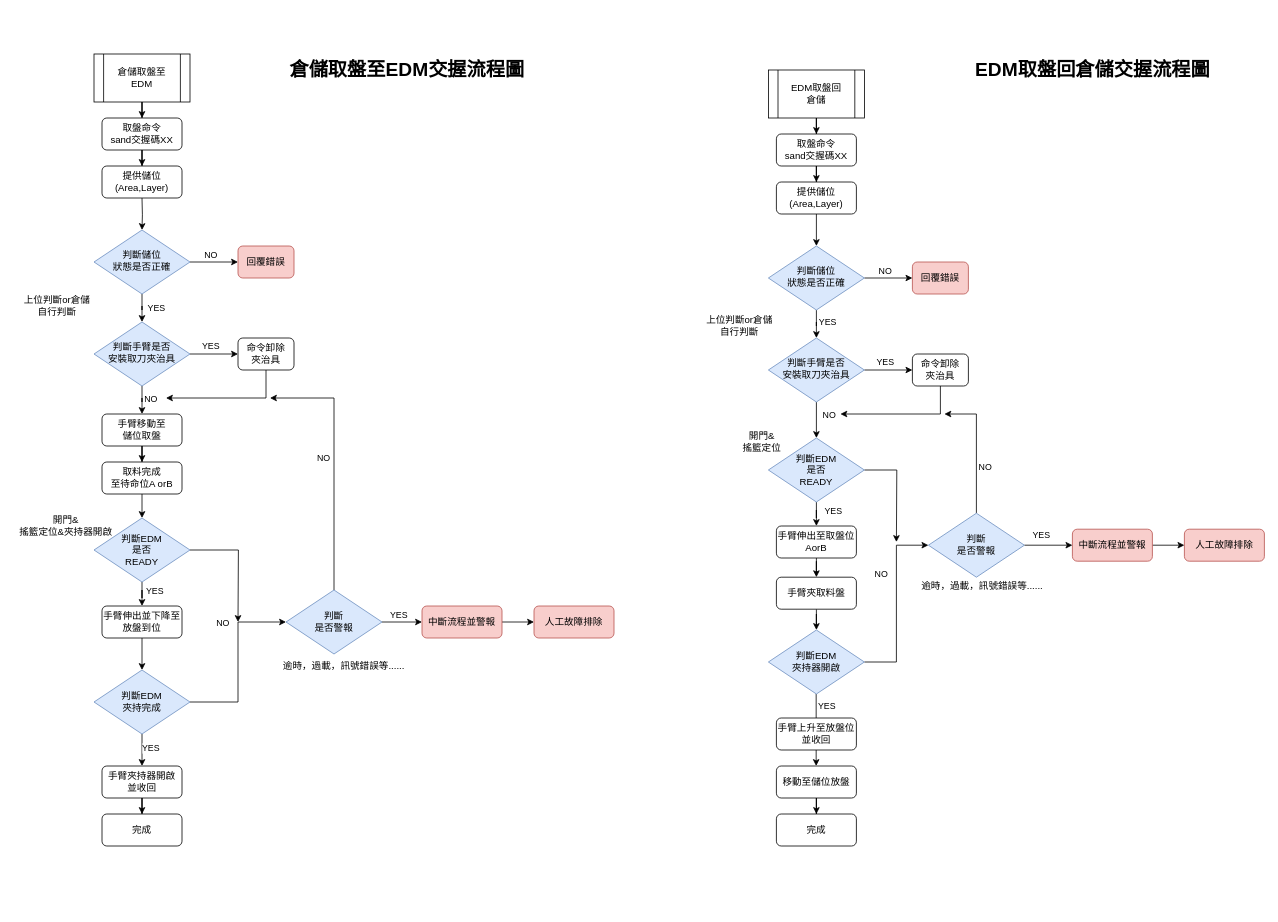
ChiangRyan/process-diagram keeps this draw.io diagram as page "自動取放盤" (3 of 6) of 上位系統交握流程.drawio. Above is the earlier version. Source tidied: cells renumbered, new cells numbered last; positions are measured from the earlier drawing's top-left corner, leaving out a move shared by most shapes. Both pictures are drawn from the tidied source at 80%, with x=0, y=0 at pixel (14, 54).
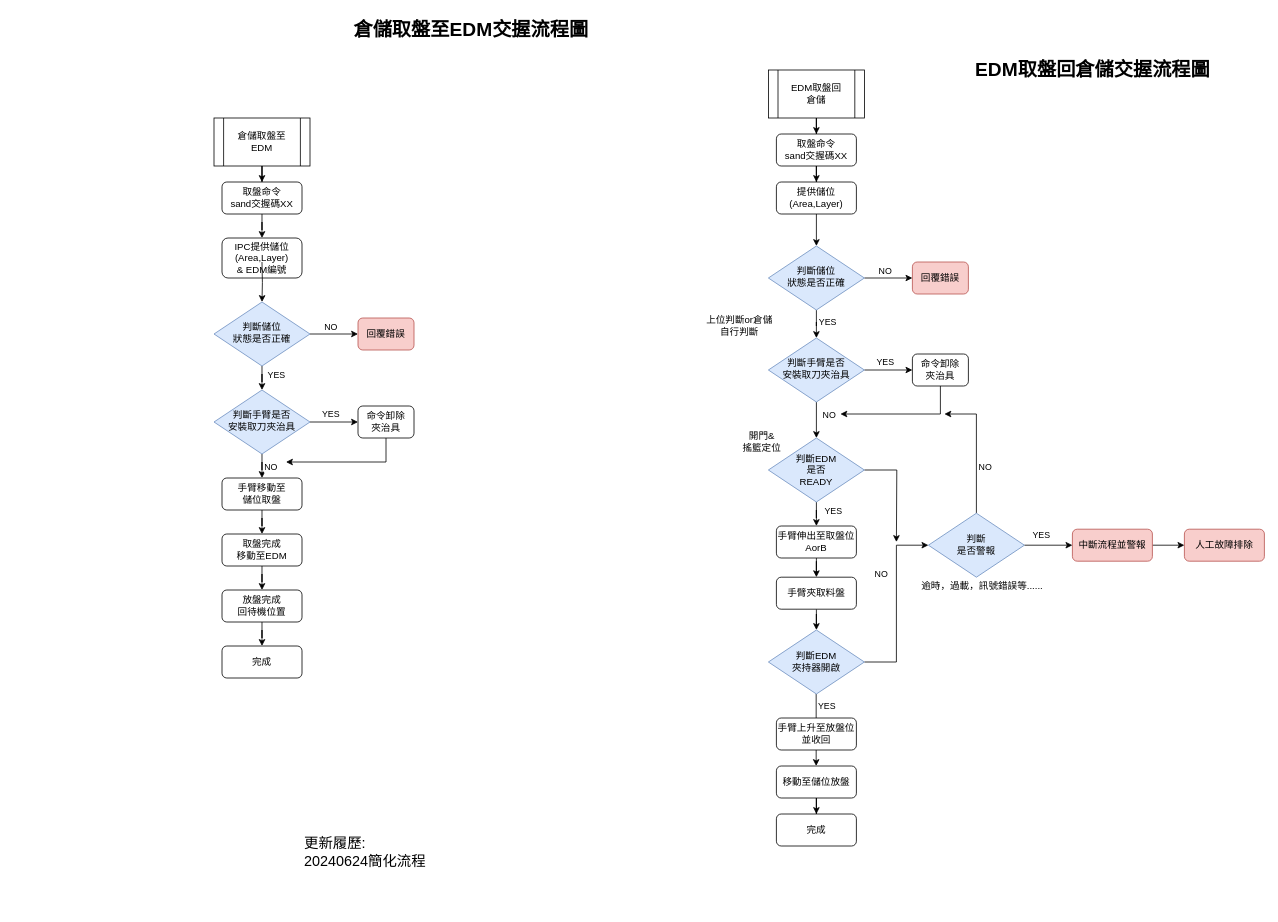
Above is the later version.

Commit message (it also covers changes not shown here):
更新上位系統交握流程.drawio

The edit, as a diff of the source:
```diff
@@
-    <mxCell id="2" value="提供儲位(Area,Layer)" style="rounded=1;whiteSpace=wrap;html=1;fontSize=12;glass=0;strokeWidth=1;shadow=0;" parent="1" vertex="1">
-      <mxGeometry x="110" y="140" width="100" height="40" as="geometry" />
+    <mxCell id="2" value="IPC提供儲位(Area,Layer)&lt;div&gt;&amp;amp; EDM編號&lt;br&gt;&lt;/div&gt;" style="rounded=1;whiteSpace=wrap;html=1;fontSize=12;glass=0;strokeWidth=1;shadow=0;" parent="1" vertex="1">
+      <mxGeometry x="260" y="230" width="100" height="50" as="geometry" />
     </mxCell>
-    <mxCell id="3" style="edgeStyle=orthogonalEdgeStyle;rounded=0;jettySize=auto;html=1;entryX=0.5;entryY=0;entryDx=0;entryDy=0;" parent="1" edge="1" source="6" target="23">
-      <mxGeometry relative="1" as="geometry" />
-    </mxCell>
-    <mxCell id="4" value="YES" style="edgeLabel;html=1;align=center;verticalAlign=middle;" parent="3" vertex="1">
-      <mxGeometry x="-0.79" y="-1" relative="1" as="geometry">
-        <mxPoint x="16" y="5" as="offset" />
-      </mxGeometry>
-    </mxCell>
-    <mxCell id="5" style="edgeStyle=orthogonalEdgeStyle;rounded=0;jettySize=auto;html=1;" parent="1" edge="1" source="6">
-      <mxGeometry relative="1" as="geometry">
-        <mxPoint x="280" y="710" as="targetPoint" />
-      </mxGeometry>
-    </mxCell>
-    <mxCell id="6" value="判斷EDM&lt;div&gt;是否&lt;div&gt;READY&lt;/div&gt;&lt;/div&gt;" style="rhombus;whiteSpace=wrap;html=1;fillColor=#dae8fc;strokeColor=#6c8ebf;" parent="1" vertex="1">
-      <mxGeometry x="100" y="580" width="120" height="80" as="geometry" />
-    </mxCell>
@@
     <mxCell id="8" value="倉儲取盤&lt;span style=&quot;background-color: initial;&quot;&gt;至&lt;/span&gt;&lt;div&gt;&lt;div&gt;EDM&lt;/div&gt;&lt;/div&gt;" style="shape=process;whiteSpace=wrap;html=1;backgroundOutline=1;" parent="1" vertex="1">
-      <mxGeometry x="100" width="120" height="60" as="geometry" />
+      <mxGeometry x="250" y="80" width="120" height="60" as="geometry" />
     </mxCell>
@@
     <mxCell id="10" value="取盤命令&lt;div&gt;sand交握碼XX&lt;/div&gt;" style="rounded=1;whiteSpace=wrap;html=1;fontSize=12;glass=0;strokeWidth=1;shadow=0;" parent="1" vertex="1">
-      <mxGeometry x="110" y="80" width="100" height="40" as="geometry" />
+      <mxGeometry x="260" y="160" width="100" height="40" as="geometry" />
     </mxCell>
-    <mxCell id="11" style="edgeStyle=orthogonalEdgeStyle;rounded=0;jettySize=auto;html=1;entryX=0.5;entryY=0;entryDx=0;entryDy=0;" parent="1" edge="1" source="12" target="21">
-      <mxGeometry relative="1" as="geometry" />
-    </mxCell>
+    <mxCell id="97" style="edgeStyle=orthogonalEdgeStyle;rounded=0;jettySize=auto;html=1;entryX=0.5;entryY=0;entryDx=0;entryDy=0;" parent="1" edge="1" source="12" target="100">
+      <mxGeometry relative="1" as="geometry" />
+    </mxCell>
     <mxCell id="12" value="手臂移動至&lt;div&gt;儲位取盤&lt;/div&gt;" style="rounded=1;whiteSpace=wrap;html=1;fontSize=12;glass=0;strokeWidth=1;shadow=0;" parent="1" vertex="1">
-      <mxGeometry x="110" y="450" width="100" height="40" as="geometry" />
+      <mxGeometry x="260" y="530" width="100" height="40" as="geometry" />
     </mxCell>
@@
     <mxCell id="16" value="判斷手臂是否&lt;div&gt;安裝取刀夾治具&lt;/div&gt;" style="rhombus;whiteSpace=wrap;html=1;shadow=0;fontFamily=Helvetica;fontSize=12;align=center;strokeWidth=1;spacing=6;spacingTop=-4;fillColor=#dae8fc;strokeColor=#6c8ebf;" parent="1" vertex="1">
-      <mxGeometry x="100" y="335" width="120" height="80" as="geometry" />
+      <mxGeometry x="250" y="420" width="120" height="80" as="geometry" />
     </mxCell>
     <mxCell id="17" style="edgeStyle=orthogonalEdgeStyle;rounded=0;jettySize=auto;html=1;exitX=0.5;exitY=1;exitDx=0;exitDy=0;" parent="1" edge="1" source="18">
       <mxGeometry relative="1" as="geometry">
-        <mxPoint x="190" y="430" as="targetPoint" />
+        <mxPoint x="340" y="510" as="targetPoint" />
         <Array as="points">
-          <mxPoint x="315" y="430" />
+          <mxPoint x="465" y="510" />
         </Array>
       </mxGeometry>
     </mxCell>
     <mxCell id="18" value="命令卸除&lt;div&gt;夾治具&lt;/div&gt;" style="rounded=1;whiteSpace=wrap;html=1;fontSize=12;glass=0;strokeWidth=1;shadow=0;" parent="1" vertex="1">
-      <mxGeometry x="280" y="355" width="70" height="40" as="geometry" />
+      <mxGeometry x="430" y="440" width="70" height="40" as="geometry" />
     </mxCell>
-    <mxCell id="19" value="上位判斷or倉儲自行判斷" style="text;html=1;align=center;verticalAlign=middle;whiteSpace=wrap;rounded=0;" parent="1" vertex="1">
-      <mxGeometry x="8" y="300" width="92" height="30" as="geometry" />
-    </mxCell>
-    <mxCell id="20" style="edgeStyle=orthogonalEdgeStyle;rounded=0;jettySize=auto;html=1;" parent="1" edge="1" source="21">
-      <mxGeometry relative="1" as="geometry">
-        <mxPoint x="160" y="580" as="targetPoint" />
-      </mxGeometry>
-    </mxCell>
-    <mxCell id="21" value="取料完成&lt;div&gt;至待命位A orB&lt;/div&gt;" style="rounded=1;whiteSpace=wrap;html=1;fontSize=12;glass=0;strokeWidth=1;shadow=0;" parent="1" vertex="1">
-      <mxGeometry x="110" y="510" width="100" height="40" as="geometry" />
-    </mxCell>
-    <mxCell id="22" style="edgeStyle=orthogonalEdgeStyle;rounded=0;jettySize=auto;html=1;entryX=0.5;entryY=0;entryDx=0;entryDy=0;" parent="1" edge="1" source="23" target="33">
-      <mxGeometry relative="1" as="geometry" />
-    </mxCell>
-    <mxCell id="23" value="手臂伸出並下降至放盤到位" style="rounded=1;whiteSpace=wrap;html=1;fontSize=12;glass=0;strokeWidth=1;shadow=0;" parent="1" vertex="1">
-      <mxGeometry x="110" y="690" width="100" height="40" as="geometry" />
-    </mxCell>
@@
-    <mxCell id="25" value="手臂夾持器開啟&lt;div&gt;並收回&lt;/div&gt;" style="rounded=1;whiteSpace=wrap;html=1;fontSize=12;glass=0;strokeWidth=1;shadow=0;" parent="1" vertex="1">
-      <mxGeometry x="110" y="890" width="100" height="40" as="geometry" />
+    <mxCell id="25" value="放盤完成&lt;div&gt;回待機位置&lt;/div&gt;" style="rounded=1;whiteSpace=wrap;html=1;fontSize=12;glass=0;strokeWidth=1;shadow=0;" parent="1" vertex="1">
+      <mxGeometry x="260" y="670" width="100" height="40" as="geometry" />
     </mxCell>
-    <mxCell id="26" style="edgeStyle=orthogonalEdgeStyle;rounded=0;jettySize=auto;html=1;entryX=0;entryY=0.5;entryDx=0;entryDy=0;" parent="1" edge="1" source="27" target="40">
-      <mxGeometry relative="1" as="geometry" />
-    </mxCell>
-    <mxCell id="27" value="中斷流程並警報" style="rounded=1;whiteSpace=wrap;html=1;fontSize=12;glass=0;strokeWidth=1;shadow=0;fillColor=#f8cecc;strokeColor=#b85450;" parent="1" vertex="1">
-      <mxGeometry x="510" y="690" width="100" height="40" as="geometry" />
-    </mxCell>
-    <mxCell id="28" value="逾時，過載，訊號錯誤等......" style="text;html=1;align=center;verticalAlign=middle;whiteSpace=wrap;rounded=0;" parent="1" vertex="1">
-      <mxGeometry x="320" y="740" width="185" height="50" as="geometry" />
-    </mxCell>
-    <mxCell id="29" style="edgeStyle=orthogonalEdgeStyle;rounded=0;jettySize=auto;html=1;entryX=0;entryY=0.5;entryDx=0;entryDy=0;" parent="1" edge="1" source="33" target="38">
-      <mxGeometry relative="1" as="geometry" />
-    </mxCell>
-    <mxCell id="30" value="NO" style="edgeLabel;html=1;align=center;verticalAlign=middle;" parent="29" vertex="1">
-      <mxGeometry x="-0.16" y="2" relative="1" as="geometry">
-        <mxPoint x="-18" y="-67" as="offset" />
-      </mxGeometry>
-    </mxCell>
-    <mxCell id="31" style="edgeStyle=orthogonalEdgeStyle;rounded=0;jettySize=auto;html=1;entryX=0.5;entryY=0;entryDx=0;entryDy=0;" parent="1" edge="1" source="33" target="25">
-      <mxGeometry relative="1" as="geometry" />
-    </mxCell>
-    <mxCell id="32" value="YES" style="edgeLabel;html=1;align=center;verticalAlign=middle;" parent="31" vertex="1">
-      <mxGeometry x="-0.13" relative="1" as="geometry">
-        <mxPoint x="10" as="offset" />
-      </mxGeometry>
-    </mxCell>
-    <mxCell id="33" value="判斷EDM&lt;div&gt;夾持完成&lt;/div&gt;" style="rhombus;whiteSpace=wrap;html=1;fillColor=#dae8fc;strokeColor=#6c8ebf;" parent="1" vertex="1">
-      <mxGeometry x="100" y="770" width="120" height="80" as="geometry" />
-    </mxCell>
-    <mxCell id="34" style="edgeStyle=orthogonalEdgeStyle;rounded=0;jettySize=auto;html=1;entryX=0;entryY=0.5;entryDx=0;entryDy=0;" parent="1" edge="1" source="38" target="27">
-      <mxGeometry relative="1" as="geometry" />
-    </mxCell>
-    <mxCell id="35" value="YES" style="edgeLabel;html=1;align=center;verticalAlign=middle;" parent="34" vertex="1">
-      <mxGeometry x="-0.27" relative="1" as="geometry">
-        <mxPoint x="2" y="-10" as="offset" />
-      </mxGeometry>
-    </mxCell>
-    <mxCell id="36" style="edgeStyle=orthogonalEdgeStyle;rounded=0;jettySize=auto;html=1;" parent="1" edge="1" source="38">
-      <mxGeometry relative="1" as="geometry">
-        <mxPoint x="320" y="430" as="targetPoint" />
-        <Array as="points">
-          <mxPoint x="400" y="430" />
-        </Array>
-      </mxGeometry>
-    </mxCell>
-    <mxCell id="37" value="NO" style="edgeLabel;html=1;align=center;verticalAlign=middle;" parent="36" vertex="1">
-      <mxGeometry x="0.11" y="-2" relative="1" as="geometry">
-        <mxPoint x="-16" y="12" as="offset" />
-      </mxGeometry>
-    </mxCell>
-    <mxCell id="38" value="判斷&lt;div&gt;是否警報&lt;/div&gt;" style="rhombus;whiteSpace=wrap;html=1;fillColor=#dae8fc;strokeColor=#6c8ebf;" parent="1" vertex="1">
-      <mxGeometry x="340" y="670" width="120" height="80" as="geometry" />
-    </mxCell>
-    <mxCell id="39" value="開門&amp;amp;&lt;div&gt;&lt;span style=&quot;background-color: initial;&quot;&gt;搖籃定位&amp;amp;夾持器開啟&lt;/span&gt;&lt;/div&gt;" style="text;html=1;align=center;verticalAlign=middle;whiteSpace=wrap;rounded=0;" parent="1" vertex="1">
-      <mxGeometry y="575" width="130" height="30" as="geometry" />
-    </mxCell>
-    <mxCell id="40" value="人工故障排除" style="rounded=1;whiteSpace=wrap;html=1;fontSize=12;glass=0;strokeWidth=1;shadow=0;fillColor=#f8cecc;strokeColor=#b85450;" parent="1" vertex="1">
-      <mxGeometry x="650" y="690" width="100" height="40" as="geometry" />
-    </mxCell>
     <mxCell id="41" value="完成" style="rounded=1;whiteSpace=wrap;html=1;fontSize=12;glass=0;strokeWidth=1;shadow=0;" parent="1" vertex="1">
-      <mxGeometry x="110" y="950" width="100" height="40" as="geometry" />
+      <mxGeometry x="260" y="740" width="100" height="40" as="geometry" />
     </mxCell>
@@
     <mxCell id="75" style="edgeStyle=orthogonalEdgeStyle;rounded=0;jettySize=auto;html=1;entryX=0.5;entryY=0;entryDx=0;entryDy=0;" parent="1" edge="1" target="80">
       <mxGeometry relative="1" as="geometry">
-        <mxPoint x="160" y="180" as="sourcePoint" />
+        <mxPoint x="310" y="260" as="sourcePoint" />
       </mxGeometry>
     </mxCell>
@@
     <mxCell id="80" value="判斷儲位&lt;div&gt;狀態是否正確&lt;/div&gt;" style="rhombus;whiteSpace=wrap;html=1;shadow=0;fontFamily=Helvetica;fontSize=12;align=center;strokeWidth=1;spacing=6;spacingTop=-4;fillColor=#dae8fc;strokeColor=#6c8ebf;" parent="1" vertex="1">
-      <mxGeometry x="100" y="220" width="120" height="80" as="geometry" />
+      <mxGeometry x="250" y="310" width="120" height="80" as="geometry" />
     </mxCell>
     <mxCell id="81" value="回覆錯誤" style="rounded=1;whiteSpace=wrap;html=1;fontSize=12;glass=0;strokeWidth=1;shadow=0;fillColor=#f8cecc;strokeColor=#b85450;" parent="1" vertex="1">
-      <mxGeometry x="280" y="240" width="70" height="40" as="geometry" />
+      <mxGeometry x="430" y="330" width="70" height="40" as="geometry" />
     </mxCell>
@@
     <mxCell id="95" value="倉儲取盤至EDM交握流程圖" style="text;strokeColor=none;fillColor=none;html=1;fontSize=24;fontStyle=1;verticalAlign=middle;align=center;" parent="1" vertex="1">
-      <mxGeometry x="441" width="100" height="40" as="geometry" />
+      <mxGeometry x="521" y="-50" width="100" height="40" as="geometry" />
     </mxCell>
@@
+    <mxCell id="98" value="&lt;font style=&quot;font-size: 18px;&quot;&gt;更新履歷:&lt;/font&gt;&lt;div style=&quot;font-size: 18px;&quot;&gt;20240624簡化流程&lt;/div&gt;" style="text;html=1;align=left;verticalAlign=top;whiteSpace=wrap;rounded=0;labelPosition=center;verticalLabelPosition=middle;" parent="1" vertex="1">
+      <mxGeometry x="361" y="970" width="420" height="99" as="geometry" />
+    </mxCell>
+    <mxCell id="99" style="edgeStyle=orthogonalEdgeStyle;rounded=0;jettySize=auto;html=1;entryX=0.5;entryY=0;entryDx=0;entryDy=0;" parent="1" edge="1" source="100" target="25">
+      <mxGeometry relative="1" as="geometry" />
+    </mxCell>
+    <mxCell id="100" value="取盤完成&lt;div&gt;移動至EDM&lt;/div&gt;" style="rounded=1;whiteSpace=wrap;html=1;fontSize=12;glass=0;strokeWidth=1;shadow=0;" parent="1" vertex="1">
+      <mxGeometry x="260" y="600" width="100" height="40" as="geometry" />
+    </mxCell>
```
